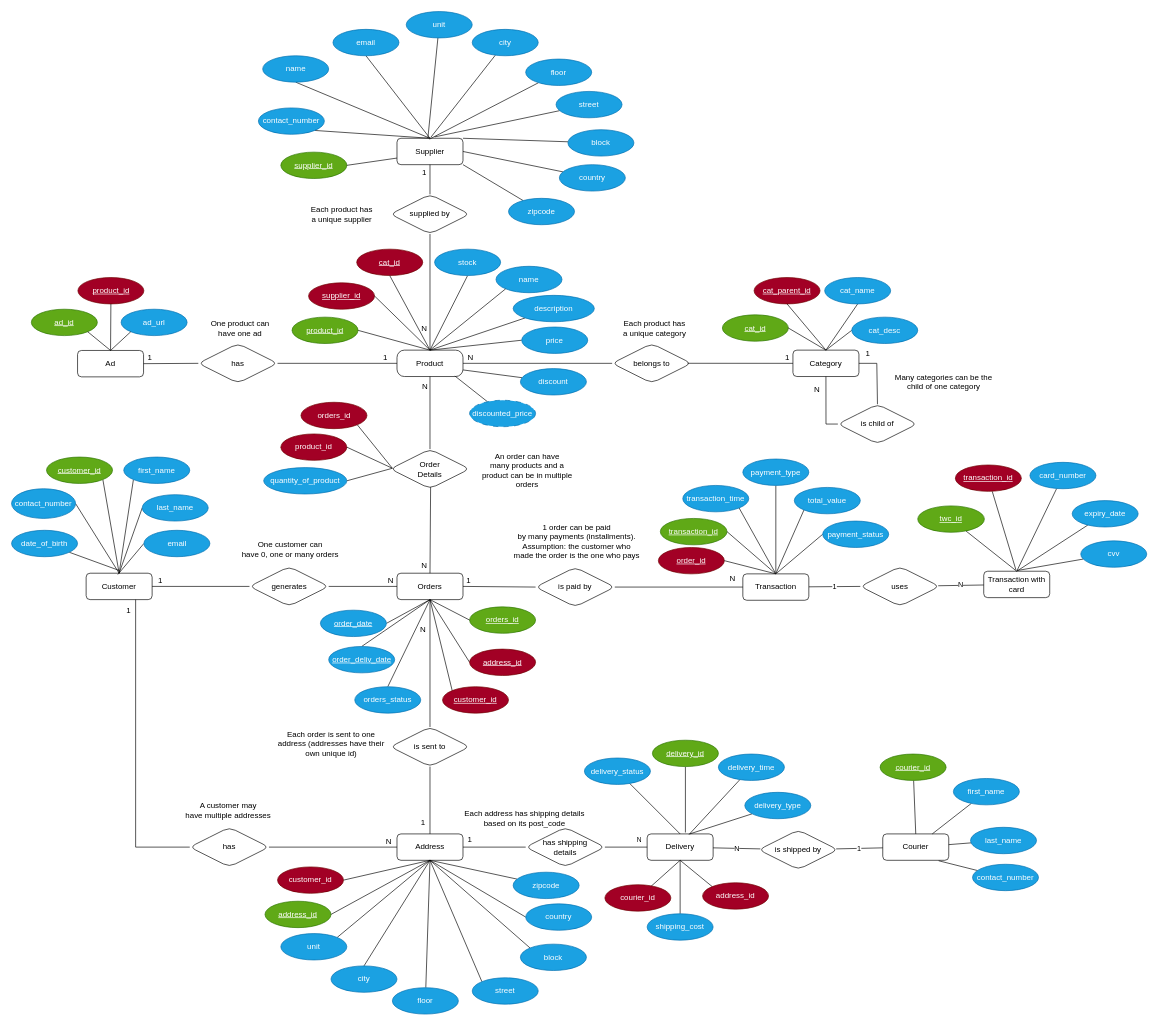
The draw.io diagram E_R_Diagram/final_ER.drawio in diego-karsa/Data-Management-Group-15, before the edit. Source tidied: cells renumbered, new cells numbered last; positions are measured from the earlier drawing's top-left corner, leaving out a move shared by most shapes. Both pictures are drawn from the tidied source at 66%, with x=0, y=0 at pixel (11, 11).
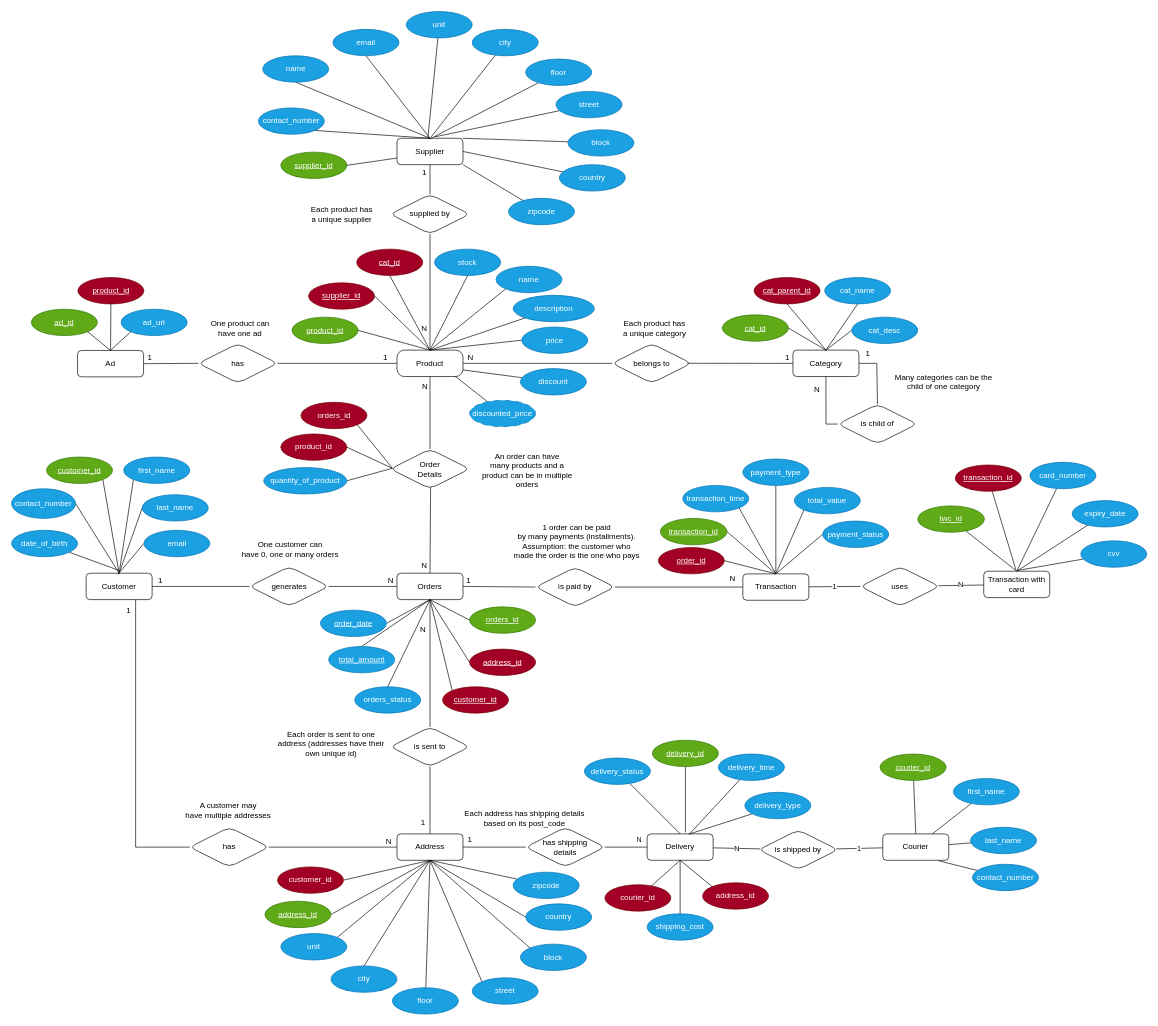
The same page after the edit.

Change to the diagram source:
```diff
@@
-    <mxCell id="103" value="&lt;div&gt;order_deliv_date&lt;/div&gt;" style="ellipse;whiteSpace=wrap;html=1;align=center;fontStyle=4;rounded=1;fillColor=#1ba1e2;fontColor=#ffffff;strokeColor=#006EAF;" parent="1" vertex="1">
+    <mxCell id="103" value="&lt;div&gt;total_amount&lt;/div&gt;" style="ellipse;whiteSpace=wrap;html=1;align=center;fontStyle=4;rounded=1;fillColor=#1ba1e2;fontColor=#ffffff;strokeColor=#006EAF;" parent="1" vertex="1">
       <mxGeometry x="480.5" y="962" width="100" height="40" as="geometry" />
     </mxCell>
```
